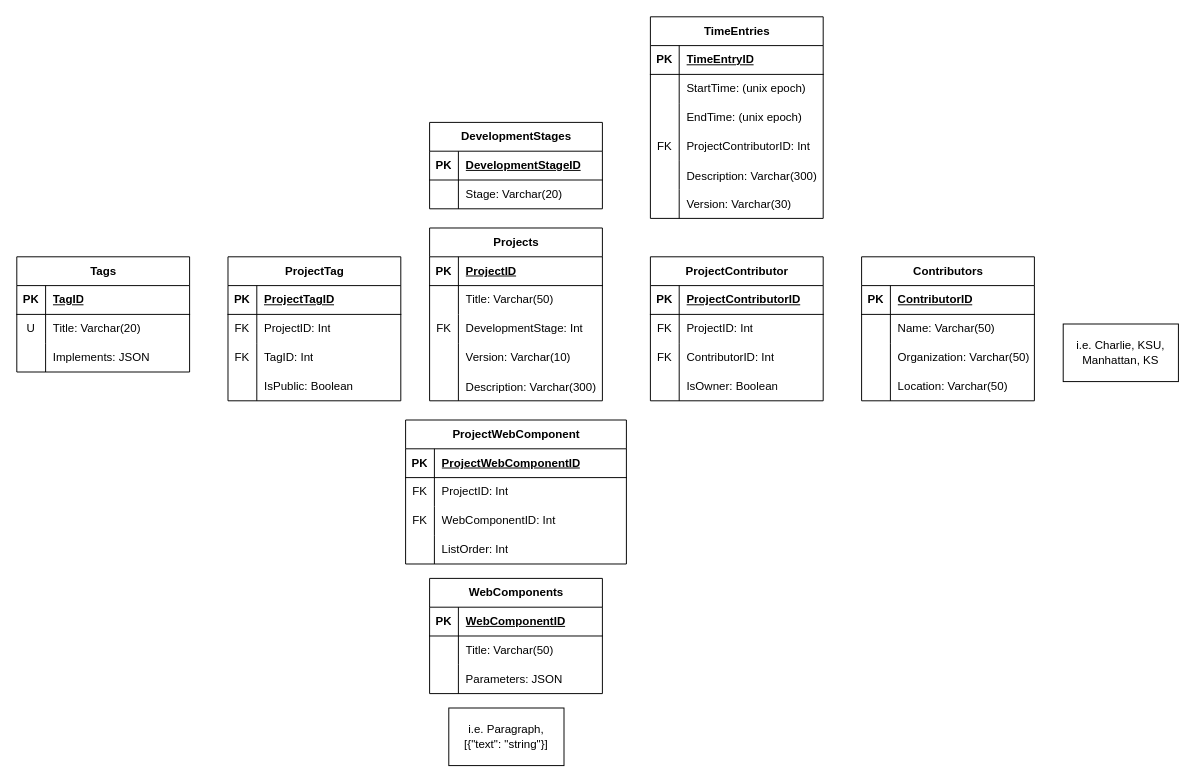
This is Documentation/projectmanager.drawio from TheChar/SphereAPI, a draw.io file, before an edit. Source tidied: cells renumbered, new cells numbered last; positions are measured from the earlier drawing's top-left corner, leaving out a move shared by most shapes. Both pictures are drawn from the tidied source at 96%, with x=0, y=0 at pixel (16, 16).
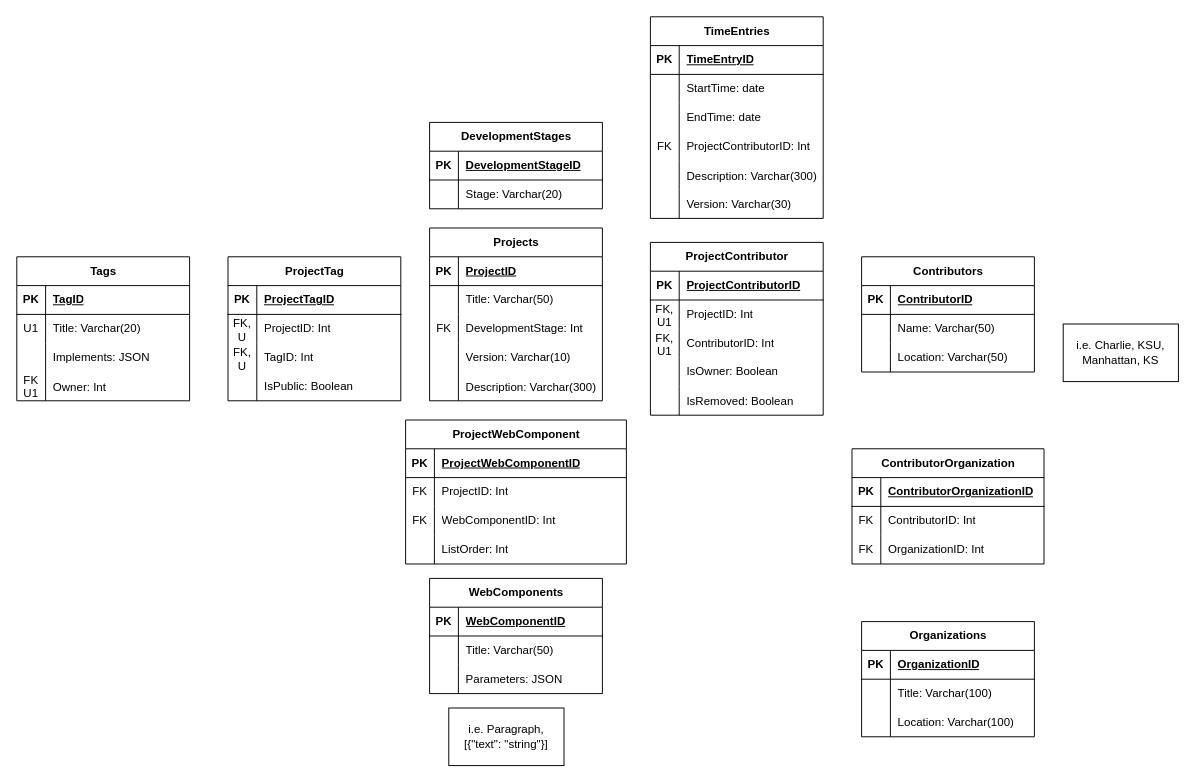
After the change.

The change refers to these unchanged cells:
```xml
<mxCell id="45" style="shape=tableRow;horizontal=0;startSize=0;swimlaneHead=0;swimlaneBody=0;fillColor=none;top=0;left=0;right=0;bottom=0;" parent="41" vertex="1">
  <mxGeometry y="60" width="180" height="30" as="geometry" />
</mxCell>
<mxCell id="55" style="shape=tableRow;horizontal=0;startSize=0;swimlaneHead=0;swimlaneBody=0;fillColor=none;top=0;left=0;right=0;bottom=0;" parent="51" vertex="1">
  <mxGeometry y="60" width="180" height="30" as="geometry" />
</mxCell>
<mxCell id="58" style="shape=tableRow;horizontal=0;startSize=0;swimlaneHead=0;swimlaneBody=0;fillColor=none;top=0;left=0;right=0;bottom=0;" parent="51" vertex="1">
  <mxGeometry y="90" width="180" height="30" as="geometry" />
</mxCell>
<mxCell id="81" style="shape=tableRow;horizontal=0;startSize=0;swimlaneHead=0;swimlaneBody=0;fillColor=none;top=0;left=0;right=0;bottom=0;" parent="77" vertex="1">
  <mxGeometry y="60" width="180" height="30" as="geometry" />
</mxCell>
<mxCell id="84" style="shape=tableRow;horizontal=0;startSize=0;swimlaneHead=0;swimlaneBody=0;fillColor=none;top=0;left=0;right=0;bottom=0;" parent="77" vertex="1">
  <mxGeometry y="90" width="180" height="30" as="geometry" />
</mxCell>
<mxCell id="94" style="shape=tableRow;horizontal=0;startSize=0;swimlaneHead=0;swimlaneBody=0;fillColor=none;top=0;left=0;right=0;bottom=0;" parent="90" vertex="1">
  <mxGeometry y="60" width="180" height="30" as="geometry" />
</mxCell>
<mxCell id="97" style="shape=tableRow;horizontal=0;startSize=0;swimlaneHead=0;swimlaneBody=0;fillColor=none;top=0;left=0;right=0;bottom=0;" parent="90" vertex="1">
  <mxGeometry y="90" width="180" height="30" as="geometry" />
</mxCell>
```

What changed in the source:
```diff
@@
     <mxCell id="18" value="Contributors" style="shape=table;startSize=30;childLayout=tableLayout;rowLines=0;fontStyle=1;align=center;html=1;" parent="1" vertex="1">
-      <mxGeometry x="880" y="250" width="180" height="150" as="geometry" />
+      <mxGeometry x="880" y="250" width="180" height="120" as="geometry" />
     </mxCell>
@@
-    <mxCell id="25" style="shape=tableRow;horizontal=0;startSize=0;swimlaneHead=0;swimlaneBody=0;fillColor=none;top=0;left=0;right=0;bottom=0;" parent="18" vertex="1">
-      <mxGeometry y="90" width="180" height="30" as="geometry" />
-    </mxCell>
-    <mxCell id="26" style="shape=partialRectangle;fillColor=none;top=0;left=0;bottom=0;right=0;overflow=hidden;whiteSpace=wrap;html=1;" parent="25" vertex="1">
-      <mxGeometry width="30" height="30" as="geometry" />
-    </mxCell>
-    <mxCell id="27" value="Organization: Varchar(50)" style="shape=partialRectangle;fillColor=none;top=0;left=0;bottom=0;right=0;align=left;spacingLeft=6;overflow=hidden;whiteSpace=wrap;html=1;" parent="25" vertex="1">
-      <mxGeometry x="30" width="150" height="30" as="geometry" />
-    </mxCell>
     <mxCell id="28" style="shape=tableRow;horizontal=0;startSize=0;swimlaneHead=0;swimlaneBody=0;fillColor=none;top=0;left=0;right=0;bottom=0;" parent="18" vertex="1">
-      <mxGeometry y="120" width="180" height="30" as="geometry" />
+      <mxGeometry y="90" width="180" height="30" as="geometry" />
     </mxCell>
@@
     <mxCell id="41" value="Tags" style="shape=table;startSize=30;childLayout=tableLayout;rowLines=0;fontStyle=1;align=center;html=1;" parent="1" vertex="1">
-      <mxGeometry y="250" width="180" height="120" as="geometry" />
+      <mxGeometry y="250" width="180" height="150" as="geometry" />
     </mxCell>
@@
-    <mxCell id="46" value="U" style="shape=partialRectangle;fillColor=none;top=0;left=0;bottom=0;right=0;overflow=hidden;whiteSpace=wrap;html=1;" parent="45" vertex="1">
+    <mxCell id="46" value="U1" style="shape=partialRectangle;fillColor=none;top=0;left=0;bottom=0;right=0;overflow=hidden;whiteSpace=wrap;html=1;" parent="45" vertex="1">
       <mxGeometry width="30" height="30" as="geometry" />
     </mxCell>
@@
+    <mxCell id="118" style="shape=tableRow;horizontal=0;startSize=0;swimlaneHead=0;swimlaneBody=0;fillColor=none;top=0;left=0;right=0;bottom=0;" parent="41" vertex="1">
+      <mxGeometry y="120" width="180" height="30" as="geometry" />
+    </mxCell>
+    <mxCell id="119" value="FK&#10;U1" style="shape=partialRectangle;fillColor=none;top=0;left=0;bottom=0;right=0;overflow=hidden;" parent="118" vertex="1">
+      <mxGeometry width="30" height="30" as="geometry" />
+    </mxCell>
+    <mxCell id="120" value="Owner: Int" style="shape=partialRectangle;fillColor=none;top=0;left=0;bottom=0;right=0;align=left;spacingLeft=6;overflow=hidden;" parent="118" vertex="1">
+      <mxGeometry x="30" width="150" height="30" as="geometry" />
+    </mxCell>
     <mxCell id="51" value="ProjectContributor" style="shape=table;startSize=30;childLayout=tableLayout;rowLines=0;fontStyle=1;align=center;html=1;" parent="1" vertex="1">
-      <mxGeometry x="660" y="250" width="180" height="150" as="geometry" />
+      <mxGeometry x="660" y="235" width="180" height="180" as="geometry" />
     </mxCell>
@@
-    <mxCell id="56" value="FK" style="shape=partialRectangle;fillColor=none;top=0;left=0;bottom=0;right=0;overflow=hidden;whiteSpace=wrap;html=1;" parent="55" vertex="1">
+    <mxCell id="56" value="FK, U1" style="shape=partialRectangle;fillColor=none;top=0;left=0;bottom=0;right=0;overflow=hidden;whiteSpace=wrap;html=1;" parent="55" vertex="1">
       <mxGeometry width="30" height="30" as="geometry" />
     </mxCell>
@@
-    <mxCell id="59" value="FK" style="shape=partialRectangle;fillColor=none;top=0;left=0;bottom=0;right=0;overflow=hidden;whiteSpace=wrap;html=1;" parent="58" vertex="1">
+    <mxCell id="59" value="FK, U1" style="shape=partialRectangle;fillColor=none;top=0;left=0;bottom=0;right=0;overflow=hidden;whiteSpace=wrap;html=1;" parent="58" vertex="1">
       <mxGeometry width="30" height="30" as="geometry" />
     </mxCell>
@@
+    <mxCell id="121" style="shape=tableRow;horizontal=0;startSize=0;swimlaneHead=0;swimlaneBody=0;fillColor=none;top=0;left=0;right=0;bottom=0;" parent="51" vertex="1">
+      <mxGeometry y="150" width="180" height="30" as="geometry" />
+    </mxCell>
+    <mxCell id="122" style="shape=partialRectangle;fillColor=none;top=0;left=0;bottom=0;right=0;overflow=hidden;" parent="121" vertex="1">
+      <mxGeometry width="30" height="30" as="geometry" />
+    </mxCell>
+    <mxCell id="123" value="IsRemoved: Boolean" style="shape=partialRectangle;fillColor=none;top=0;left=0;bottom=0;right=0;align=left;spacingLeft=6;overflow=hidden;" parent="121" vertex="1">
+      <mxGeometry x="30" width="150" height="30" as="geometry" />
+    </mxCell>
@@
-    <mxCell id="82" value="FK" style="shape=partialRectangle;fillColor=none;top=0;left=0;bottom=0;right=0;overflow=hidden;whiteSpace=wrap;html=1;" parent="81" vertex="1">
+    <mxCell id="82" value="FK, U" style="shape=partialRectangle;fillColor=none;top=0;left=0;bottom=0;right=0;overflow=hidden;whiteSpace=wrap;html=1;" parent="81" vertex="1">
       <mxGeometry width="30" height="30" as="geometry" />
     </mxCell>
@@
-    <mxCell id="85" value="FK" style="shape=partialRectangle;fillColor=none;top=0;left=0;bottom=0;right=0;overflow=hidden;whiteSpace=wrap;html=1;" parent="84" vertex="1">
+    <mxCell id="85" value="FK, U" style="shape=partialRectangle;fillColor=none;top=0;left=0;bottom=0;right=0;overflow=hidden;whiteSpace=wrap;html=1;" parent="84" vertex="1">
       <mxGeometry width="30" height="30" as="geometry" />
     </mxCell>
@@
-    <mxCell id="96" value="StartTime: (unix epoch)" style="shape=partialRectangle;fillColor=none;top=0;left=0;bottom=0;right=0;align=left;spacingLeft=6;overflow=hidden;whiteSpace=wrap;html=1;" parent="94" vertex="1">
+    <mxCell id="96" value="StartTime: date" style="shape=partialRectangle;fillColor=none;top=0;left=0;bottom=0;right=0;align=left;spacingLeft=6;overflow=hidden;whiteSpace=wrap;html=1;" parent="94" vertex="1">
       <mxGeometry x="30" width="150" height="30" as="geometry" />
     </mxCell>
@@
-    <mxCell id="99" value="EndTime: (unix epoch)" style="shape=partialRectangle;fillColor=none;top=0;left=0;bottom=0;right=0;align=left;spacingLeft=6;overflow=hidden;whiteSpace=wrap;html=1;" parent="97" vertex="1">
+    <mxCell id="99" value="EndTime: date" style="shape=partialRectangle;fillColor=none;top=0;left=0;bottom=0;right=0;align=left;spacingLeft=6;overflow=hidden;whiteSpace=wrap;html=1;" parent="97" vertex="1">
       <mxGeometry x="30" width="150" height="30" as="geometry" />
     </mxCell>
@@
+    <mxCell id="124" value="Organizations" style="shape=table;startSize=30;childLayout=tableLayout;rowLines=0;fontStyle=1;align=center;html=1;" parent="1" vertex="1">
+      <mxGeometry x="880" y="630" width="180" height="120" as="geometry" />
+    </mxCell>
+    <mxCell id="125" style="shape=tableRow;horizontal=0;startSize=0;swimlaneHead=0;swimlaneBody=0;fillColor=none;top=0;left=0;right=0;bottom=1;" parent="124" vertex="1">
+      <mxGeometry y="30" width="180" height="30" as="geometry" />
+    </mxCell>
+    <mxCell id="126" value="PK" style="shape=partialRectangle;fillColor=none;top=0;left=0;bottom=0;right=0;fontStyle=1;overflow=hidden;whiteSpace=wrap;html=1;" parent="125" vertex="1">
+      <mxGeometry width="30" height="30" as="geometry" />
+    </mxCell>
+    <mxCell id="127" value="OrganizationID" style="shape=partialRectangle;fillColor=none;top=0;left=0;bottom=0;right=0;align=left;spacingLeft=6;fontStyle=5;overflow=hidden;whiteSpace=wrap;html=1;" parent="125" vertex="1">
+      <mxGeometry x="30" width="150" height="30" as="geometry" />
+    </mxCell>
+    <mxCell id="128" style="shape=tableRow;horizontal=0;startSize=0;swimlaneHead=0;swimlaneBody=0;fillColor=none;top=0;left=0;right=0;bottom=0;" parent="124" vertex="1">
+      <mxGeometry y="60" width="180" height="30" as="geometry" />
+    </mxCell>
+    <mxCell id="129" style="shape=partialRectangle;fillColor=none;top=0;left=0;bottom=0;right=0;overflow=hidden;whiteSpace=wrap;html=1;" parent="128" vertex="1">
+      <mxGeometry width="30" height="30" as="geometry" />
+    </mxCell>
+    <mxCell id="130" value="Title: Varchar(100)" style="shape=partialRectangle;fillColor=none;top=0;left=0;bottom=0;right=0;align=left;spacingLeft=6;overflow=hidden;whiteSpace=wrap;html=1;" parent="128" vertex="1">
+      <mxGeometry x="30" width="150" height="30" as="geometry" />
+    </mxCell>
+    <mxCell id="25" style="shape=tableRow;horizontal=0;startSize=0;swimlaneHead=0;swimlaneBody=0;fillColor=none;top=0;left=0;right=0;bottom=0;" parent="124" vertex="1">
+      <mxGeometry y="90" width="180" height="30" as="geometry" />
+    </mxCell>
+    <mxCell id="131" style="shape=partialRectangle;fillColor=none;top=0;left=0;bottom=0;right=0;overflow=hidden;whiteSpace=wrap;html=1;" parent="25" vertex="1">
+      <mxGeometry width="30" height="30" as="geometry" />
+    </mxCell>
+    <mxCell id="132" value="Location: Varchar(100)" style="shape=partialRectangle;fillColor=none;top=0;left=0;bottom=0;right=0;align=left;spacingLeft=6;overflow=hidden;whiteSpace=wrap;html=1;" parent="25" vertex="1">
+      <mxGeometry x="30" width="150" height="30" as="geometry" />
+    </mxCell>
+    <mxCell id="133" value="ContributorOrganization" style="shape=table;startSize=30;childLayout=tableLayout;rowLines=0;fontStyle=1;align=center;html=1;" parent="1" vertex="1">
+      <mxGeometry x="870" y="450" width="200" height="120" as="geometry" />
+    </mxCell>
+    <mxCell id="134" style="shape=tableRow;horizontal=0;startSize=0;swimlaneHead=0;swimlaneBody=0;fillColor=none;top=0;left=0;right=0;bottom=1;" parent="133" vertex="1">
+      <mxGeometry y="30" width="200" height="30" as="geometry" />
+    </mxCell>
+    <mxCell id="135" value="PK" style="shape=partialRectangle;fillColor=none;top=0;left=0;bottom=0;right=0;fontStyle=1;overflow=hidden;whiteSpace=wrap;html=1;" parent="134" vertex="1">
+      <mxGeometry width="30" height="30" as="geometry" />
+    </mxCell>
+    <mxCell id="136" value="ContributorOrganizationID" style="shape=partialRectangle;fillColor=none;top=0;left=0;bottom=0;right=0;align=left;spacingLeft=6;fontStyle=5;overflow=hidden;whiteSpace=wrap;html=1;" parent="134" vertex="1">
+      <mxGeometry x="30" width="170" height="30" as="geometry" />
+    </mxCell>
+    <mxCell id="137" style="shape=tableRow;horizontal=0;startSize=0;swimlaneHead=0;swimlaneBody=0;fillColor=none;top=0;left=0;right=0;bottom=0;" parent="133" vertex="1">
+      <mxGeometry y="60" width="200" height="30" as="geometry" />
+    </mxCell>
+    <mxCell id="138" value="FK" style="shape=partialRectangle;fillColor=none;top=0;left=0;bottom=0;right=0;overflow=hidden;whiteSpace=wrap;html=1;" parent="137" vertex="1">
+      <mxGeometry width="30" height="30" as="geometry" />
+    </mxCell>
+    <mxCell id="139" value="ContributorID: Int" style="shape=partialRectangle;fillColor=none;top=0;left=0;bottom=0;right=0;align=left;spacingLeft=6;overflow=hidden;whiteSpace=wrap;html=1;" parent="137" vertex="1">
+      <mxGeometry x="30" width="170" height="30" as="geometry" />
+    </mxCell>
+    <mxCell id="140" style="shape=tableRow;horizontal=0;startSize=0;swimlaneHead=0;swimlaneBody=0;fillColor=none;top=0;left=0;right=0;bottom=0;" parent="133" vertex="1">
+      <mxGeometry y="90" width="200" height="30" as="geometry" />
+    </mxCell>
+    <mxCell id="141" value="FK" style="shape=partialRectangle;fillColor=none;top=0;left=0;bottom=0;right=0;overflow=hidden;whiteSpace=wrap;html=1;" parent="140" vertex="1">
+      <mxGeometry width="30" height="30" as="geometry" />
+    </mxCell>
+    <mxCell id="142" value="OrganizationID: Int" style="shape=partialRectangle;fillColor=none;top=0;left=0;bottom=0;right=0;align=left;spacingLeft=6;overflow=hidden;whiteSpace=wrap;html=1;" parent="140" vertex="1">
+      <mxGeometry x="30" width="170" height="30" as="geometry" />
+    </mxCell>
```
